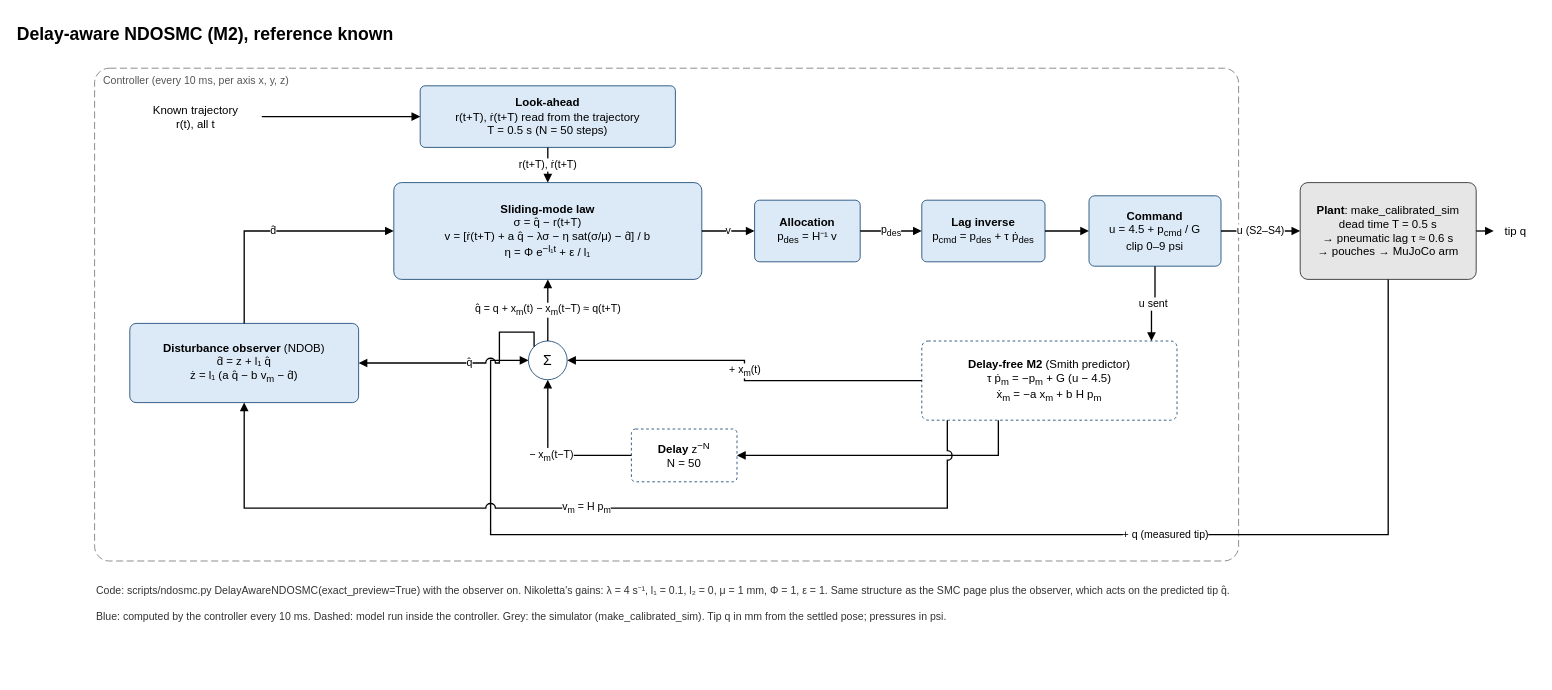
The draw.io diagram page "NDOSMC known ref" (2 of 4) of docs/diagrams/controllers.drawio in ibraheem-111/soft-pneumatic-arm-control, before the edit. Source tidied: cells renumbered, new cells numbered last; positions are measured from the earlier drawing's top-left corner, leaving out a move shared by most shapes. Both pictures are drawn from the tidied source at 88%, with x=0, y=0 at pixel (15, 15).
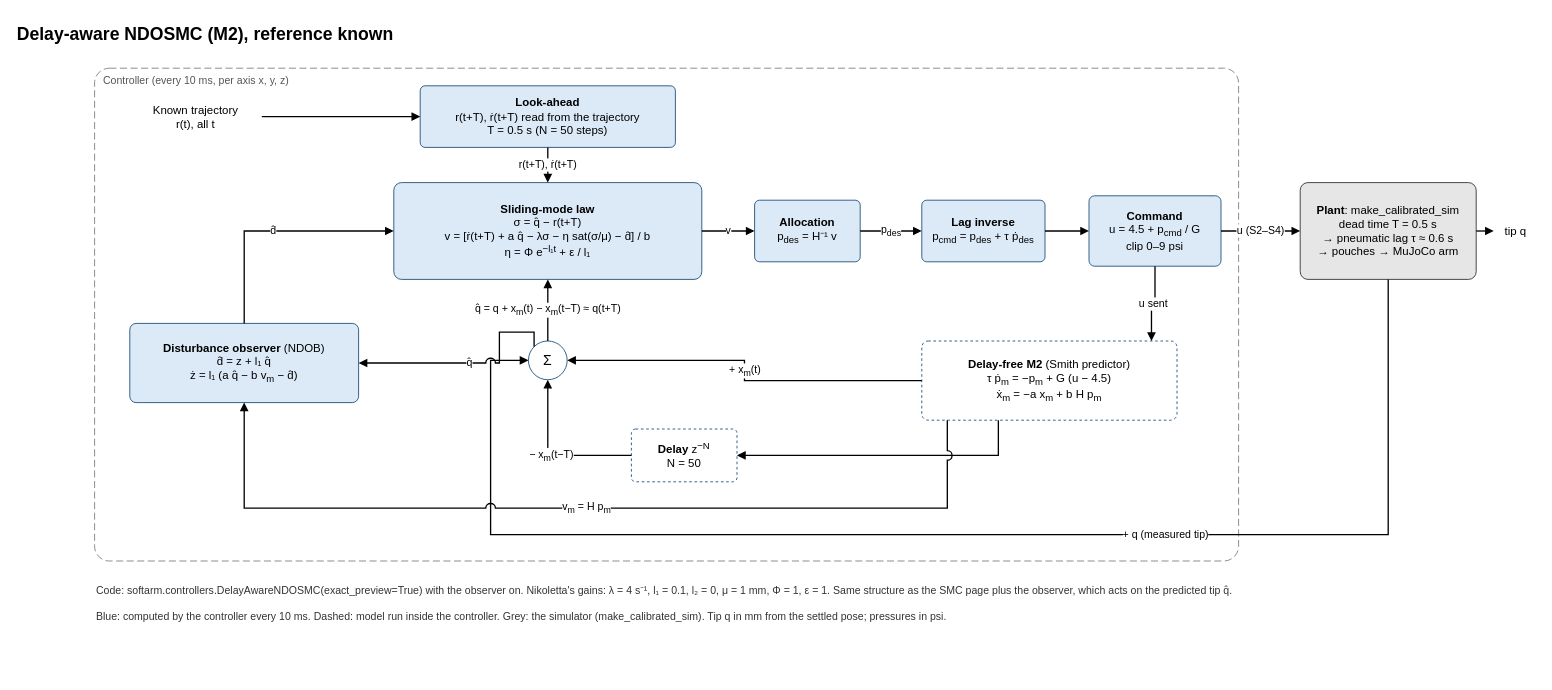
After the change.

What changed in the source:
```diff
@@
-    <mxCell id="32" value="Code: scripts/ndosmc.py DelayAwareNDOSMC(exact_preview=True) with the observer on. Nikoletta's gains: λ = 4 s⁻¹, l₁ = 0.1, l₂ = 0, μ = 1 mm, Φ = 1, ε = 1. Same structure as the SMC page plus the observer, which acts on the predicted tip q̂.&lt;br&gt;&lt;br&gt;Blue: computed by the controller every 10 ms. Dashed: model run inside the controller. Grey: the simulator (make_calibrated_sim). Tip q in mm from the settled pose; pressures in psi." style="text;html=1;whiteSpace=wrap;align=left;verticalAlign=top;fontSize=12;fontColor=#333333;" parent="1" vertex="1">
+    <mxCell id="32" value="Code: softarm.controllers.DelayAwareNDOSMC(exact_preview=True) with the observer on. Nikoletta's gains: λ = 4 s⁻¹, l₁ = 0.1, l₂ = 0, μ = 1 mm, Φ = 1, ε = 1. Same structure as the SMC page plus the observer, which acts on the predicted tip q̂.&lt;br&gt;&lt;br&gt;Blue: computed by the controller every 10 ms. Dashed: model run inside the controller. Grey: the simulator (make_calibrated_sim). Tip q in mm from the settled pose; pressures in psi." style="text;html=1;whiteSpace=wrap;align=left;verticalAlign=top;fontSize=12;fontColor=#333333;" parent="1" vertex="1">
       <mxGeometry x="90" y="640" width="1300" height="110" as="geometry" />
     </mxCell>
```
